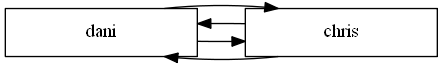
Earlier version of the Graphviz export scrabble/ReporteJugadores.png (ChrisUSAC/EDD_1S2020_PY1_201709272). Its source is kept beside it as scrabble/ReporteJugadores.dot.
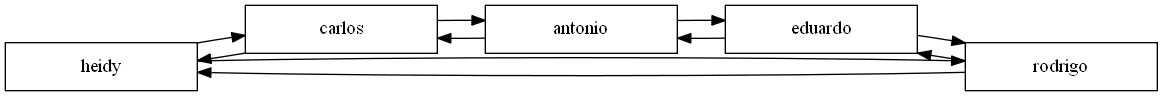
After the commit.

Diff of the diagram source:
```diff
@@ -1,10 +1,19 @@
 digraph G{
 rankdir=LR
 node[ shape = box]
-0[label = "dani" width=2.0 ];
-1[label = "chris" width=2.0 ];
+0[label = "heidy" width=2.0 ];
+1[label = "carlos" width=2.0 ];
+2[label = "antonio" width=2.0 ];
+3[label = "eduardo" width=2.0 ];
+4[label = "rodrigo" width=2.0 ];
 0 -> 1[dir = back];
 0 -> 1
-0 -> 1[dir = back];
-0 -> 1
+1 -> 2[dir = back];
+1 -> 2
+2 -> 3[dir = back];
+2 -> 3
+3 -> 4[dir = back];
+3 -> 4
+0 -> 4[dir = back];
+0 -> 4
 }
```
